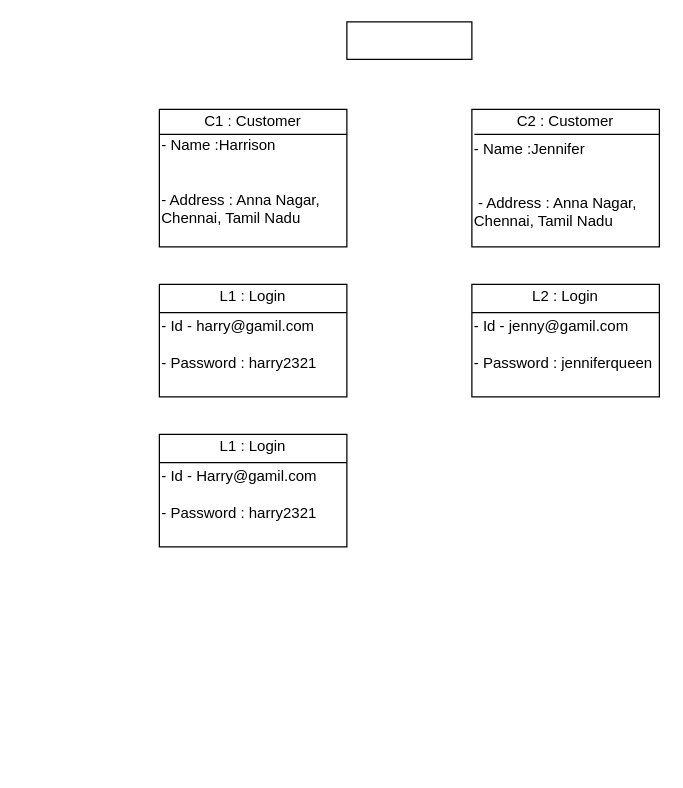
The draw.io diagram OD(View).drawio in omanshagrawal21/Movie-ticket, before the edit. Source tidied: cells renumbered, new cells numbered last; positions are measured from the earlier drawing's top-left corner, leaving out a move shared by most shapes. Both pictures are drawn from the tidied source at 125%, with x=0, y=0 at pixel (159, 21).
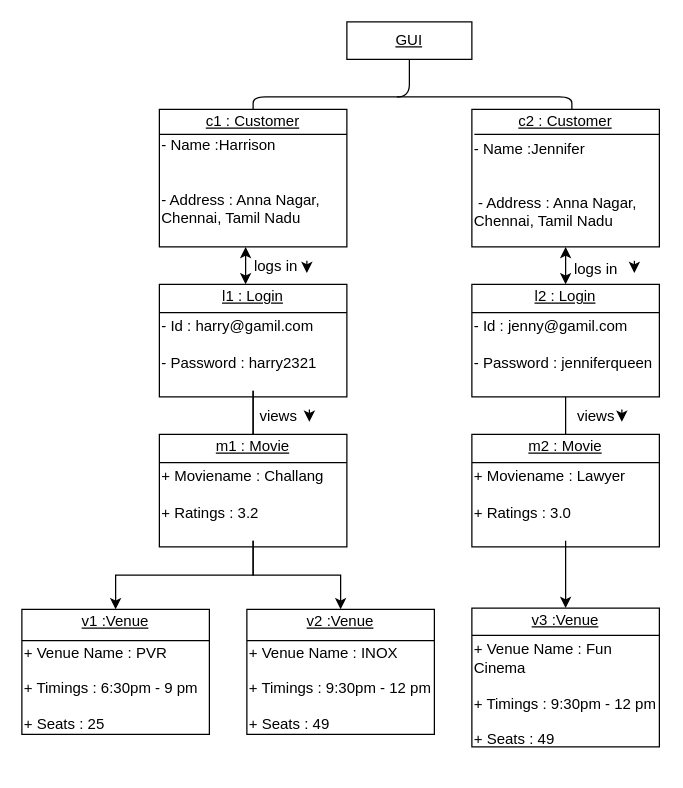
After the change.

The change refers to these unchanged cells:
```xml
<mxCell id="3" style="rounded=0;whiteSpace=wrap;html=1;" parent="1" vertex="1">
  <mxGeometry y="70" width="150" height="110" as="geometry" />
</mxCell>
<mxCell id="18" style="rounded=0;whiteSpace=wrap;html=1;" parent="1" vertex="1">
  <mxGeometry x="250" y="210" width="150" height="90" as="geometry" />
</mxCell>
```

Diff of the diagram source:
```diff
@@
-    <mxCell id="2" style="rounded=0;whiteSpace=wrap;html=1;" parent="1" vertex="1">
+    <mxCell id="2" value="&lt;u&gt;GUI&lt;/u&gt;" style="rounded=0;whiteSpace=wrap;html=1;" parent="1" vertex="1">
       <mxGeometry x="150" width="100" height="30" as="geometry" />
     </mxCell>
@@
-    <mxCell id="4" value="C1 : Customer" style="text;html=1;strokeColor=none;fillColor=none;align=center;verticalAlign=middle;whiteSpace=wrap;rounded=0;" parent="1" vertex="1">
+    <mxCell id="4" value="&lt;u&gt;c1 : Customer&lt;/u&gt;" style="text;html=1;strokeColor=none;fillColor=none;align=center;verticalAlign=middle;whiteSpace=wrap;rounded=0;" parent="1" vertex="1">
       <mxGeometry x="10" y="70" width="130" height="20" as="geometry" />
     </mxCell>
@@
-    <mxCell id="9" value="C2 : Customer" style="text;html=1;strokeColor=none;fillColor=none;align=center;verticalAlign=middle;whiteSpace=wrap;rounded=0;" parent="1" vertex="1">
+    <mxCell id="9" value="&lt;u&gt;c2 : Customer&lt;/u&gt;" style="text;html=1;strokeColor=none;fillColor=none;align=center;verticalAlign=middle;whiteSpace=wrap;rounded=0;" parent="1" vertex="1">
       <mxGeometry x="260" y="70" width="130" height="20" as="geometry" />
     </mxCell>
@@
     <mxCell id="11" value="&lt;div align=&quot;left&quot;&gt;- Name :Jennifer&lt;/div&gt;&lt;div align=&quot;left&quot;&gt;&lt;br&gt;&lt;/div&gt;&lt;div align=&quot;left&quot;&gt;&lt;br&gt;&lt;/div&gt;&lt;div align=&quot;left&quot;&gt;&amp;nbsp;- Address : Anna Nagar,&lt;/div&gt;&lt;div align=&quot;left&quot;&gt;Chennai, Tamil Nadu&lt;br&gt;&lt;/div&gt;&lt;div align=&quot;left&quot;&gt;&lt;br&gt;&lt;/div&gt;&lt;div align=&quot;left&quot;&gt;&lt;br&gt;&lt;/div&gt;" style="text;html=1;strokeColor=none;fillColor=none;align=left;verticalAlign=middle;whiteSpace=wrap;rounded=0;" parent="1" vertex="1">
-      <mxGeometry x="250" y="100" width="150" height="90" as="geometry" />
+      <mxGeometry x="250" y="110" width="150" height="70" as="geometry" />
     </mxCell>
@@
-    <mxCell id="14" value="L1 : Login" style="text;html=1;strokeColor=none;fillColor=none;align=center;verticalAlign=middle;whiteSpace=wrap;rounded=0;" parent="1" vertex="1">
+    <mxCell id="14" value="l1 : Login" style="text;html=1;strokeColor=none;fillColor=none;align=center;verticalAlign=middle;whiteSpace=wrap;rounded=0;fontStyle=4;" parent="1" vertex="1">
       <mxGeometry x="10" y="210" width="130" height="20" as="geometry" />
     </mxCell>
+    <mxCell id="28" style="edgeStyle=orthogonalEdgeStyle;rounded=0;jettySize=auto;html=1;" parent="1" edge="1" source="15" target="25">
+      <mxGeometry relative="1" as="geometry" />
+    </mxCell>
+    <mxCell id="29" style="edgeStyle=orthogonalEdgeStyle;rounded=0;jettySize=auto;html=1;" parent="1" edge="1" source="15" target="25">
+      <mxGeometry relative="1" as="geometry" />
+    </mxCell>
-    <mxCell id="15" value="&lt;div align=&quot;left&quot;&gt;&lt;br&gt;&lt;/div&gt;&lt;div align=&quot;left&quot;&gt;- Id - harry@gamil.com&lt;br&gt;&lt;/div&gt;&lt;div align=&quot;left&quot;&gt;&lt;br&gt;&lt;/div&gt;&lt;div align=&quot;left&quot;&gt;- Password : harry2321&lt;br&gt;&lt;/div&gt;&lt;div align=&quot;left&quot;&gt;&lt;br&gt;&lt;/div&gt;&lt;div align=&quot;left&quot;&gt;&lt;br&gt;&lt;/div&gt;" style="text;html=1;strokeColor=none;fillColor=none;align=left;verticalAlign=middle;whiteSpace=wrap;rounded=0;" parent="1" vertex="1">
+    <mxCell id="15" value="&lt;div align=&quot;left&quot;&gt;&lt;br&gt;&lt;/div&gt;&lt;div align=&quot;left&quot;&gt;- Id : harry@gamil.com&lt;br&gt;&lt;/div&gt;&lt;div align=&quot;left&quot;&gt;&lt;br&gt;&lt;/div&gt;&lt;div align=&quot;left&quot;&gt;- Password : harry2321&lt;br&gt;&lt;/div&gt;&lt;div align=&quot;left&quot;&gt;&lt;br&gt;&lt;/div&gt;&lt;div align=&quot;left&quot;&gt;&lt;br&gt;&lt;/div&gt;" style="text;html=1;strokeColor=none;fillColor=none;align=left;verticalAlign=middle;whiteSpace=wrap;rounded=0;" parent="1" vertex="1">
       <mxGeometry y="235" width="150" height="60" as="geometry" />
     </mxCell>
@@
-    <mxCell id="19" value="L2 : Login" style="text;html=1;strokeColor=none;fillColor=none;align=center;verticalAlign=middle;whiteSpace=wrap;rounded=0;" parent="1" vertex="1">
+    <mxCell id="19" value="&lt;u&gt;l2 : Login&lt;/u&gt;" style="text;html=1;strokeColor=none;fillColor=none;align=center;verticalAlign=middle;whiteSpace=wrap;rounded=0;" parent="1" vertex="1">
       <mxGeometry x="260" y="210" width="130" height="20" as="geometry" />
     </mxCell>
-    <mxCell id="20" value="&lt;div align=&quot;left&quot;&gt;&lt;br&gt;&lt;/div&gt;&lt;div align=&quot;left&quot;&gt;- Id - jenny@gamil.com&lt;br&gt;&lt;/div&gt;&lt;div align=&quot;left&quot;&gt;&lt;br&gt;&lt;/div&gt;&lt;div align=&quot;left&quot;&gt;- Password : jenniferqueen&lt;br&gt;&lt;/div&gt;&lt;div align=&quot;left&quot;&gt;&lt;br&gt;&lt;/div&gt;&lt;div align=&quot;left&quot;&gt;&lt;br&gt;&lt;/div&gt;" style="text;html=1;strokeColor=none;fillColor=none;align=left;verticalAlign=middle;whiteSpace=wrap;rounded=0;" parent="1" vertex="1">
+    <mxCell id="20" value="&lt;div align=&quot;left&quot;&gt;&lt;br&gt;&lt;/div&gt;&lt;div align=&quot;left&quot;&gt;- Id : jenny@gamil.com&lt;br&gt;&lt;/div&gt;&lt;div align=&quot;left&quot;&gt;&lt;br&gt;&lt;/div&gt;&lt;div align=&quot;left&quot;&gt;- Password : jenniferqueen&lt;br&gt;&lt;/div&gt;&lt;div align=&quot;left&quot;&gt;&lt;br&gt;&lt;/div&gt;&lt;div align=&quot;left&quot;&gt;&lt;br&gt;&lt;/div&gt;" style="text;html=1;strokeColor=none;fillColor=none;align=left;verticalAlign=middle;whiteSpace=wrap;rounded=0;" parent="1" vertex="1">
       <mxGeometry x="250" y="235" width="150" height="60" as="geometry" />
     </mxCell>
@@
-    <mxCell id="24" value="L1 : Login" style="text;html=1;strokeColor=none;fillColor=none;align=center;verticalAlign=middle;whiteSpace=wrap;rounded=0;" parent="1" vertex="1">
+    <mxCell id="24" value="&lt;u&gt;m1 : Movie&lt;/u&gt;" style="text;html=1;strokeColor=none;fillColor=none;align=center;verticalAlign=middle;whiteSpace=wrap;rounded=0;" parent="1" vertex="1">
       <mxGeometry x="10" y="330" width="130" height="20" as="geometry" />
     </mxCell>
+    <mxCell id="30" style="edgeStyle=orthogonalEdgeStyle;rounded=0;jettySize=auto;html=1;entryX=0.5;entryY=0;entryDx=0;entryDy=0;" parent="1" edge="1" source="25" target="39">
+      <mxGeometry relative="1" as="geometry" />
+    </mxCell>
+    <mxCell id="31" style="edgeStyle=orthogonalEdgeStyle;rounded=0;jettySize=auto;html=1;entryX=0.5;entryY=0;entryDx=0;entryDy=0;" parent="1" edge="1" source="25" target="44">
+      <mxGeometry relative="1" as="geometry" />
+    </mxCell>
-    <mxCell id="25" value="&lt;div align=&quot;left&quot;&gt;&lt;br&gt;&lt;/div&gt;&lt;div align=&quot;left&quot;&gt;- Id - Harry@gamil.com&lt;br&gt;&lt;/div&gt;&lt;div align=&quot;left&quot;&gt;&lt;br&gt;&lt;/div&gt;&lt;div align=&quot;left&quot;&gt;- Password : harry2321&lt;br&gt;&lt;/div&gt;&lt;div align=&quot;left&quot;&gt;&lt;br&gt;&lt;/div&gt;&lt;div align=&quot;left&quot;&gt;&lt;br&gt;&lt;/div&gt;" style="text;html=1;strokeColor=none;fillColor=none;align=left;verticalAlign=middle;whiteSpace=wrap;rounded=0;" parent="1" vertex="1">
+    <mxCell id="25" value="&lt;div align=&quot;left&quot;&gt;&lt;br&gt;&lt;/div&gt;&lt;div align=&quot;left&quot;&gt;+ Moviename : Challang&lt;br&gt;&lt;/div&gt;&lt;div align=&quot;left&quot;&gt;&lt;br&gt;&lt;/div&gt;&lt;div align=&quot;left&quot;&gt;+ Ratings : 3.2&lt;br&gt;&lt;/div&gt;&lt;div align=&quot;left&quot;&gt;&lt;br&gt;&lt;/div&gt;&lt;div align=&quot;left&quot;&gt;&lt;br&gt;&lt;/div&gt;" style="text;html=1;strokeColor=none;fillColor=none;align=left;verticalAlign=middle;whiteSpace=wrap;rounded=0;" parent="1" vertex="1">
       <mxGeometry y="355" width="150" height="60" as="geometry" />
     </mxCell>
@@
+    <mxCell id="32" style="rounded=0;whiteSpace=wrap;html=1;" parent="1" vertex="1">
+      <mxGeometry x="250" y="330" width="150" height="90" as="geometry" />
+    </mxCell>
+    <mxCell id="33" value="&lt;u&gt;m2 : Movie&lt;/u&gt;" style="text;html=1;strokeColor=none;fillColor=none;align=center;verticalAlign=middle;whiteSpace=wrap;rounded=0;" parent="1" vertex="1">
+      <mxGeometry x="260" y="330" width="130" height="20" as="geometry" />
+    </mxCell>
+    <mxCell id="34" style="edgeStyle=orthogonalEdgeStyle;rounded=0;jettySize=auto;html=1;entryX=0.5;entryY=0;entryDx=0;entryDy=0;" parent="1" edge="1" source="35" target="49">
+      <mxGeometry relative="1" as="geometry" />
+    </mxCell>
+    <mxCell id="35" value="&lt;div align=&quot;left&quot;&gt;&lt;br&gt;&lt;/div&gt;&lt;div align=&quot;left&quot;&gt;+ Moviename : Lawyer&lt;br&gt;&lt;/div&gt;&lt;div align=&quot;left&quot;&gt;&lt;br&gt;&lt;/div&gt;&lt;div align=&quot;left&quot;&gt;+ Ratings : 3.0&lt;br&gt;&lt;/div&gt;&lt;div align=&quot;left&quot;&gt;&lt;br&gt;&lt;/div&gt;&lt;div align=&quot;left&quot;&gt;&lt;br&gt;&lt;/div&gt;" style="text;html=1;strokeColor=none;fillColor=none;align=left;verticalAlign=middle;whiteSpace=wrap;rounded=0;" parent="1" vertex="1">
+      <mxGeometry x="250" y="355" width="150" height="60" as="geometry" />
+    </mxCell>
+    <mxCell id="36" style="edgeStyle=orthogonalEdgeStyle;rounded=0;orthogonalLoop=1;jettySize=auto;html=1;exitX=0.5;exitY=1;exitDx=0;exitDy=0;" parent="1" edge="1" source="32" target="32">
+      <mxGeometry relative="1" as="geometry" />
+    </mxCell>
+    <mxCell id="37" style="endArrow=none;html=1;exitX=0;exitY=0.25;exitDx=0;exitDy=0;entryX=1;entryY=0.25;entryDx=0;entryDy=0;" parent="1" edge="1" source="32" target="32">
+      <mxGeometry relative="1" as="geometry" />
+    </mxCell>
+    <mxCell id="38" style="rounded=0;whiteSpace=wrap;html=1;" parent="1" vertex="1">
+      <mxGeometry x="70" y="470" width="150" height="100" as="geometry" />
+    </mxCell>
+    <mxCell id="39" value="&lt;u&gt;v2 :Venue&lt;/u&gt;" style="text;html=1;strokeColor=none;fillColor=none;align=center;verticalAlign=middle;whiteSpace=wrap;rounded=0;" parent="1" vertex="1">
+      <mxGeometry x="80" y="470" width="130" height="20" as="geometry" />
+    </mxCell>
+    <mxCell id="40" value="&lt;div align=&quot;left&quot;&gt;&lt;br&gt;&lt;/div&gt;&lt;div align=&quot;left&quot;&gt;+ Venue Name : INOX&lt;/div&gt;&lt;div align=&quot;left&quot;&gt;&lt;br&gt;&lt;/div&gt;&lt;div align=&quot;left&quot;&gt;+ Timings : 9:30pm - 12 pm&lt;br&gt;&lt;/div&gt;&lt;div align=&quot;left&quot;&gt;&lt;br&gt;&lt;/div&gt;+ Seats : 49&lt;br&gt;&lt;div align=&quot;left&quot;&gt;&lt;br&gt;&lt;/div&gt;" style="text;html=1;strokeColor=none;fillColor=none;align=left;verticalAlign=middle;whiteSpace=wrap;rounded=0;" parent="1" vertex="1">
+      <mxGeometry x="70" y="503" width="150" height="60" as="geometry" />
+    </mxCell>
+    <mxCell id="41" style="edgeStyle=orthogonalEdgeStyle;rounded=0;orthogonalLoop=1;jettySize=auto;html=1;exitX=0.5;exitY=1;exitDx=0;exitDy=0;" parent="1" edge="1" source="38" target="38">
+      <mxGeometry relative="1" as="geometry" />
+    </mxCell>
+    <mxCell id="42" style="endArrow=none;html=1;exitX=0;exitY=0.25;exitDx=0;exitDy=0;entryX=1;entryY=0.25;entryDx=0;entryDy=0;" parent="1" edge="1" source="38" target="38">
+      <mxGeometry relative="1" as="geometry" />
+    </mxCell>
+    <mxCell id="43" style="rounded=0;whiteSpace=wrap;html=1;" parent="1" vertex="1">
+      <mxGeometry x="-110" y="470" width="150" height="100" as="geometry" />
+    </mxCell>
+    <mxCell id="44" value="&lt;u&gt;v1 :Venue&lt;/u&gt;" style="text;html=1;strokeColor=none;fillColor=none;align=center;verticalAlign=middle;whiteSpace=wrap;rounded=0;" parent="1" vertex="1">
+      <mxGeometry x="-100" y="470" width="130" height="20" as="geometry" />
+    </mxCell>
+    <mxCell id="45" value="&lt;div align=&quot;left&quot;&gt;&lt;br&gt;&lt;/div&gt;&lt;div align=&quot;left&quot;&gt;+ Venue Name : PVR&lt;/div&gt;&lt;div align=&quot;left&quot;&gt;&lt;br&gt;&lt;/div&gt;&lt;div align=&quot;left&quot;&gt;+ Timings : 6:30pm - 9 pm&lt;br&gt;&lt;/div&gt;&lt;div align=&quot;left&quot;&gt;&lt;br&gt;&lt;/div&gt;+ Seats : 25&lt;br&gt;&lt;div align=&quot;left&quot;&gt;&lt;br&gt;&lt;/div&gt;" style="text;html=1;strokeColor=none;fillColor=none;align=left;verticalAlign=middle;whiteSpace=wrap;rounded=0;" parent="1" vertex="1">
+      <mxGeometry x="-110" y="503" width="150" height="60" as="geometry" />
+    </mxCell>
+    <mxCell id="46" style="edgeStyle=orthogonalEdgeStyle;rounded=0;orthogonalLoop=1;jettySize=auto;html=1;exitX=0.5;exitY=1;exitDx=0;exitDy=0;" parent="1" edge="1" source="43" target="43">
+      <mxGeometry relative="1" as="geometry" />
+    </mxCell>
+    <mxCell id="47" style="endArrow=none;html=1;exitX=0;exitY=0.25;exitDx=0;exitDy=0;entryX=1;entryY=0.25;entryDx=0;entryDy=0;" parent="1" edge="1" source="43" target="43">
+      <mxGeometry relative="1" as="geometry" />
+    </mxCell>
+    <mxCell id="48" style="rounded=0;whiteSpace=wrap;html=1;" parent="1" vertex="1">
+      <mxGeometry x="250" y="469" width="150" height="111" as="geometry" />
+    </mxCell>
+    <mxCell id="49" value="&lt;u&gt;v3 :Venue&lt;/u&gt;" style="text;html=1;strokeColor=none;fillColor=none;align=center;verticalAlign=middle;whiteSpace=wrap;rounded=0;" parent="1" vertex="1">
+      <mxGeometry x="260" y="469" width="130" height="20" as="geometry" />
+    </mxCell>
+    <mxCell id="50" value="&lt;div align=&quot;left&quot;&gt;&lt;br&gt;&lt;/div&gt;&lt;div align=&quot;left&quot;&gt;+ Venue Name : Fun Cinema&lt;br&gt;&lt;/div&gt;&lt;div align=&quot;left&quot;&gt;&lt;br&gt;&lt;/div&gt;&lt;div align=&quot;left&quot;&gt;+ Timings : 9:30pm - 12 pm&lt;br&gt;&lt;/div&gt;&lt;div align=&quot;left&quot;&gt;&lt;br&gt;&lt;/div&gt;+ Seats : 49&lt;br&gt;&lt;div align=&quot;left&quot;&gt;&lt;br&gt;&lt;/div&gt;" style="text;html=1;strokeColor=none;fillColor=none;align=left;verticalAlign=middle;whiteSpace=wrap;rounded=0;" parent="1" vertex="1">
+      <mxGeometry x="250" y="512" width="150" height="52" as="geometry" />
+    </mxCell>
+    <mxCell id="51" style="edgeStyle=orthogonalEdgeStyle;rounded=0;orthogonalLoop=1;jettySize=auto;html=1;exitX=0.5;exitY=1;exitDx=0;exitDy=0;" parent="1" edge="1" source="48" target="48">
+      <mxGeometry relative="1" as="geometry" />
+    </mxCell>
+    <mxCell id="52" style="endArrow=none;html=1;exitX=0;exitY=0.25;exitDx=0;exitDy=0;entryX=1;entryY=0.25;entryDx=0;entryDy=0;" parent="1" edge="1">
+      <mxGeometry relative="1" as="geometry">
+        <mxPoint x="250" y="490.8" as="sourcePoint" />
+        <mxPoint x="400" y="490.8" as="targetPoint" />
+      </mxGeometry>
+    </mxCell>
+    <mxCell id="53" style="endArrow=classic;startArrow=classic;html=1;exitX=0.5;exitY=0;exitDx=0;exitDy=0;" parent="1" edge="1" source="19" target="11">
+      <mxGeometry relative="1" as="geometry" />
+    </mxCell>
+    <mxCell id="54" style="endArrow=classic;startArrow=classic;html=1;exitX=0.5;exitY=0;exitDx=0;exitDy=0;" parent="1" edge="1">
+      <mxGeometry relative="1" as="geometry">
+        <mxPoint x="69" y="210" as="sourcePoint" />
+        <mxPoint x="69" y="180" as="targetPoint" />
+      </mxGeometry>
+    </mxCell>
+    <mxCell id="55" style="endArrow=none;html=1;entryX=0.5;entryY=1;entryDx=0;entryDy=0;exitX=0.5;exitY=0;exitDx=0;exitDy=0;" parent="1" edge="1" source="33" target="18">
+      <mxGeometry relative="1" as="geometry" />
+    </mxCell>
+    <mxCell id="56" style="endArrow=none;html=1;exitX=0.5;exitY=0;exitDx=0;exitDy=0;entryX=0.5;entryY=1;entryDx=0;entryDy=0;" parent="1" edge="1" source="3" target="2">
+      <mxGeometry relative="1" as="geometry">
+        <Array as="points">
+          <mxPoint x="75" y="60" />
+          <mxPoint x="200" y="60" />
+        </Array>
+      </mxGeometry>
+    </mxCell>
+    <mxCell id="57" style="endArrow=none;html=1;" parent="1" edge="1">
+      <mxGeometry relative="1" as="geometry">
+        <mxPoint x="330" y="70" as="sourcePoint" />
+        <mxPoint x="190" y="60" as="targetPoint" />
+        <Array as="points">
+          <mxPoint x="330" y="60" />
+        </Array>
+      </mxGeometry>
+    </mxCell>
+    <mxCell id="58" value="logs in" style="text;html=1;align=center;verticalAlign=middle;" parent="1" vertex="1">
+      <mxGeometry x="68" y="186" width="50" height="20" as="geometry" />
+    </mxCell>
+    <mxCell id="59" style="endArrow=classic;html=1;" parent="1" edge="1">
+      <mxGeometry relative="1" as="geometry">
+        <mxPoint x="118" y="191" as="sourcePoint" />
+        <mxPoint x="118" y="201" as="targetPoint" />
+      </mxGeometry>
+    </mxCell>
+    <mxCell id="60" style="endArrow=classic;html=1;" parent="1" edge="1">
+      <mxGeometry relative="1" as="geometry">
+        <mxPoint x="380" y="191" as="sourcePoint" />
+        <mxPoint x="380" y="201" as="targetPoint" />
+      </mxGeometry>
+    </mxCell>
+    <mxCell id="61" style="endArrow=classic;html=1;" parent="1" edge="1">
+      <mxGeometry relative="1" as="geometry">
+        <mxPoint x="120" y="310" as="sourcePoint" />
+        <mxPoint x="120" y="320" as="targetPoint" />
+      </mxGeometry>
+    </mxCell>
+    <mxCell id="62" style="endArrow=classic;html=1;" parent="1" edge="1">
+      <mxGeometry relative="1" as="geometry">
+        <mxPoint x="370" y="310" as="sourcePoint" />
+        <mxPoint x="370" y="320" as="targetPoint" />
+      </mxGeometry>
+    </mxCell>
+    <mxCell id="63" value="logs in" style="text;html=1;align=center;verticalAlign=middle;" parent="1" vertex="1">
+      <mxGeometry x="324" y="188" width="50" height="20" as="geometry" />
+    </mxCell>
+    <mxCell id="64" value="views" style="text;html=1;align=center;verticalAlign=middle;" parent="1" vertex="1">
+      <mxGeometry x="70" y="306" width="50" height="20" as="geometry" />
+    </mxCell>
+    <mxCell id="65" value="views" style="text;html=1;align=center;verticalAlign=middle;" parent="1" vertex="1">
+      <mxGeometry x="324" y="306" width="50" height="20" as="geometry" />
+    </mxCell>
```
